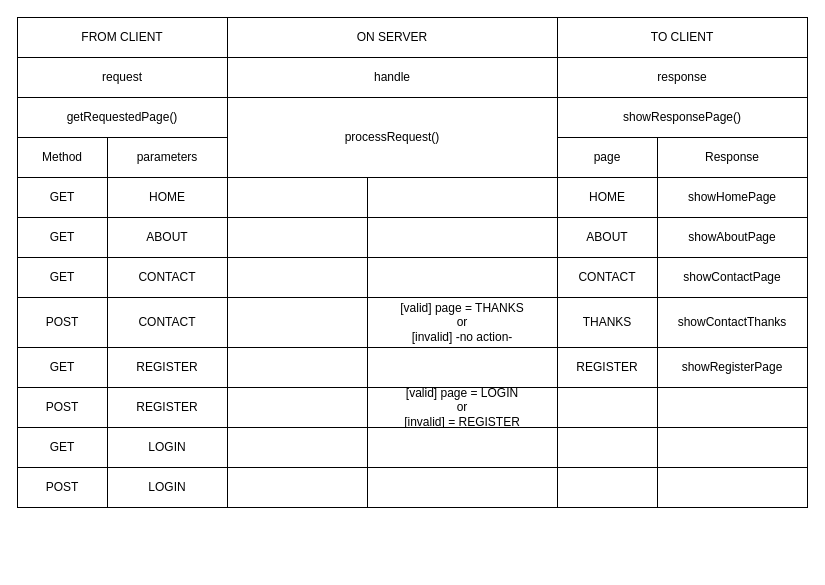
This is Diagrams/requestResponse.drawio from Dabra720/educom-webshop-basis, a draw.io file, before an edit. Source tidied: cells renumbered, new cells numbered last; positions are measured from the earlier drawing's top-left corner, leaving out a move shared by most shapes. Both pictures are drawn from the tidied source at 100%, with x=0, y=0 at pixel (17, 17).
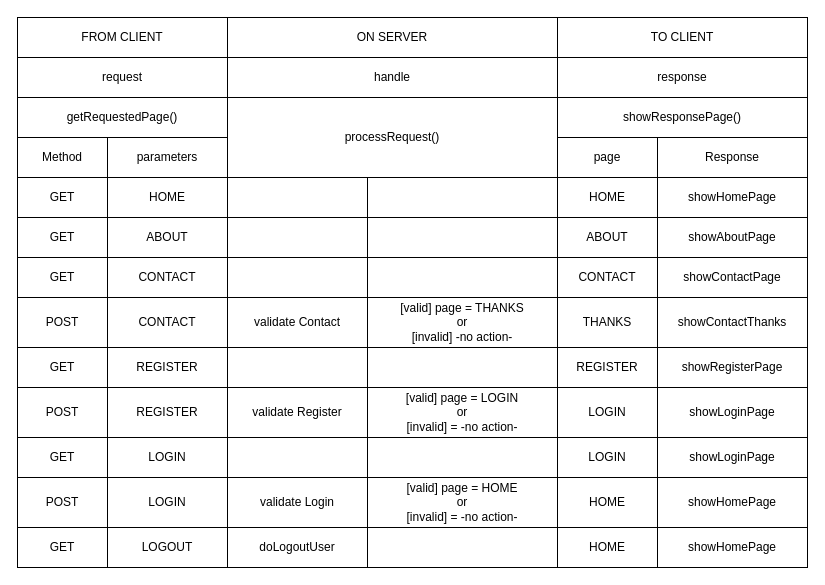
Above is the later version.

Change to the diagram source:
```diff
@@
-    <mxCell id="35" style="rounded=0;whiteSpace=wrap;html=1;" parent="1" vertex="1">
+    <mxCell id="35" value="validate Contact" style="rounded=0;whiteSpace=wrap;html=1;" parent="1" vertex="1">
       <mxGeometry x="210" y="280" width="140" height="50" as="geometry" />
     </mxCell>
@@
     <mxCell id="45" value="POST" style="rounded=0;whiteSpace=wrap;html=1;" parent="1" vertex="1">
-      <mxGeometry y="370" width="90" height="40" as="geometry" />
+      <mxGeometry y="370" width="90" height="50" as="geometry" />
     </mxCell>
     <mxCell id="46" value="REGISTER" style="rounded=0;whiteSpace=wrap;html=1;" parent="1" vertex="1">
-      <mxGeometry x="90" y="370" width="120" height="40" as="geometry" />
+      <mxGeometry x="90" y="370" width="120" height="50" as="geometry" />
     </mxCell>
-    <mxCell id="47" style="rounded=0;whiteSpace=wrap;html=1;" parent="1" vertex="1">
-      <mxGeometry x="210" y="370" width="140" height="40" as="geometry" />
+    <mxCell id="47" value="validate Register" style="rounded=0;whiteSpace=wrap;html=1;" parent="1" vertex="1">
+      <mxGeometry x="210" y="370" width="140" height="50" as="geometry" />
     </mxCell>
-    <mxCell id="48" value="[valid] page = LOGIN&lt;br&gt;or&lt;br&gt;[invalid] = REGISTER" style="rounded=0;whiteSpace=wrap;html=1;" parent="1" vertex="1">
-      <mxGeometry x="350" y="370" width="190" height="40" as="geometry" />
+    <mxCell id="48" value="[valid] page = LOGIN&lt;br&gt;or&lt;br&gt;[invalid] = -no action-" style="rounded=0;whiteSpace=wrap;html=1;" parent="1" vertex="1">
+      <mxGeometry x="350" y="370" width="190" height="50" as="geometry" />
     </mxCell>
-    <mxCell id="49" style="rounded=0;whiteSpace=wrap;html=1;" parent="1" vertex="1">
-      <mxGeometry x="540" y="370" width="100" height="40" as="geometry" />
+    <mxCell id="49" value="LOGIN" style="rounded=0;whiteSpace=wrap;html=1;" parent="1" vertex="1">
+      <mxGeometry x="540" y="370" width="100" height="50" as="geometry" />
     </mxCell>
-    <mxCell id="50" style="rounded=0;whiteSpace=wrap;html=1;" parent="1" vertex="1">
-      <mxGeometry x="640" y="370" width="150" height="40" as="geometry" />
+    <mxCell id="50" value="showLoginPage" style="rounded=0;whiteSpace=wrap;html=1;" parent="1" vertex="1">
+      <mxGeometry x="640" y="370" width="150" height="50" as="geometry" />
     </mxCell>
     <mxCell id="51" value="GET" style="rounded=0;whiteSpace=wrap;html=1;" parent="1" vertex="1">
-      <mxGeometry y="410" width="90" height="40" as="geometry" />
+      <mxGeometry y="420" width="90" height="40" as="geometry" />
     </mxCell>
     <mxCell id="52" value="LOGIN" style="rounded=0;whiteSpace=wrap;html=1;" parent="1" vertex="1">
-      <mxGeometry x="90" y="410" width="120" height="40" as="geometry" />
+      <mxGeometry x="90" y="420" width="120" height="40" as="geometry" />
     </mxCell>
     <mxCell id="53" style="rounded=0;whiteSpace=wrap;html=1;" parent="1" vertex="1">
-      <mxGeometry x="210" y="410" width="140" height="40" as="geometry" />
+      <mxGeometry x="210" y="420" width="140" height="40" as="geometry" />
     </mxCell>
     <mxCell id="54" style="rounded=0;whiteSpace=wrap;html=1;" parent="1" vertex="1">
-      <mxGeometry x="350" y="410" width="190" height="40" as="geometry" />
+      <mxGeometry x="350" y="420" width="190" height="40" as="geometry" />
     </mxCell>
-    <mxCell id="55" style="rounded=0;whiteSpace=wrap;html=1;" parent="1" vertex="1">
-      <mxGeometry x="540" y="410" width="100" height="40" as="geometry" />
+    <mxCell id="55" value="LOGIN" style="rounded=0;whiteSpace=wrap;html=1;" parent="1" vertex="1">
+      <mxGeometry x="540" y="420" width="100" height="40" as="geometry" />
     </mxCell>
-    <mxCell id="56" style="rounded=0;whiteSpace=wrap;html=1;" parent="1" vertex="1">
-      <mxGeometry x="640" y="410" width="150" height="40" as="geometry" />
+    <mxCell id="56" value="showLoginPage" style="rounded=0;whiteSpace=wrap;html=1;" parent="1" vertex="1">
+      <mxGeometry x="640" y="420" width="150" height="40" as="geometry" />
     </mxCell>
     <mxCell id="57" value="POST" style="rounded=0;whiteSpace=wrap;html=1;" parent="1" vertex="1">
-      <mxGeometry y="450" width="90" height="40" as="geometry" />
+      <mxGeometry y="460" width="90" height="50" as="geometry" />
     </mxCell>
     <mxCell id="58" value="LOGIN" style="rounded=0;whiteSpace=wrap;html=1;" parent="1" vertex="1">
-      <mxGeometry x="90" y="450" width="120" height="40" as="geometry" />
+      <mxGeometry x="90" y="460" width="120" height="50" as="geometry" />
     </mxCell>
-    <mxCell id="59" style="rounded=0;whiteSpace=wrap;html=1;" parent="1" vertex="1">
-      <mxGeometry x="210" y="450" width="140" height="40" as="geometry" />
+    <mxCell id="59" value="validate Login" style="rounded=0;whiteSpace=wrap;html=1;" parent="1" vertex="1">
+      <mxGeometry x="210" y="460" width="140" height="50" as="geometry" />
     </mxCell>
-    <mxCell id="60" style="rounded=0;whiteSpace=wrap;html=1;" parent="1" vertex="1">
-      <mxGeometry x="350" y="450" width="190" height="40" as="geometry" />
+    <mxCell id="60" value="[valid] page = HOME&lt;br&gt;or&lt;br&gt;[invalid] = -no action-" style="rounded=0;whiteSpace=wrap;html=1;" parent="1" vertex="1">
+      <mxGeometry x="350" y="460" width="190" height="50" as="geometry" />
     </mxCell>
-    <mxCell id="61" style="rounded=0;whiteSpace=wrap;html=1;" parent="1" vertex="1">
-      <mxGeometry x="540" y="450" width="100" height="40" as="geometry" />
+    <mxCell id="61" value="HOME" style="rounded=0;whiteSpace=wrap;html=1;" parent="1" vertex="1">
+      <mxGeometry x="540" y="460" width="100" height="50" as="geometry" />
     </mxCell>
-    <mxCell id="62" style="rounded=0;whiteSpace=wrap;html=1;" parent="1" vertex="1">
-      <mxGeometry x="640" y="450" width="150" height="40" as="geometry" />
+    <mxCell id="62" value="showHomePage" style="rounded=0;whiteSpace=wrap;html=1;" parent="1" vertex="1">
+      <mxGeometry x="640" y="460" width="150" height="50" as="geometry" />
     </mxCell>
+    <mxCell id="63" value="GET" style="rounded=0;whiteSpace=wrap;html=1;" parent="1" vertex="1">
+      <mxGeometry y="510" width="90" height="40" as="geometry" />
+    </mxCell>
+    <mxCell id="64" value="LOGOUT" style="rounded=0;whiteSpace=wrap;html=1;" parent="1" vertex="1">
+      <mxGeometry x="90" y="510" width="120" height="40" as="geometry" />
+    </mxCell>
+    <mxCell id="65" value="doLogoutUser" style="rounded=0;whiteSpace=wrap;html=1;" parent="1" vertex="1">
+      <mxGeometry x="210" y="510" width="140" height="40" as="geometry" />
+    </mxCell>
+    <mxCell id="66" style="rounded=0;whiteSpace=wrap;html=1;" parent="1" vertex="1">
+      <mxGeometry x="350" y="510" width="190" height="40" as="geometry" />
+    </mxCell>
+    <mxCell id="67" value="HOME" style="rounded=0;whiteSpace=wrap;html=1;" parent="1" vertex="1">
+      <mxGeometry x="540" y="510" width="100" height="40" as="geometry" />
+    </mxCell>
+    <mxCell id="68" value="showHomePage" style="rounded=0;whiteSpace=wrap;html=1;" parent="1" vertex="1">
+      <mxGeometry x="640" y="510" width="150" height="40" as="geometry" />
+    </mxCell>
```
